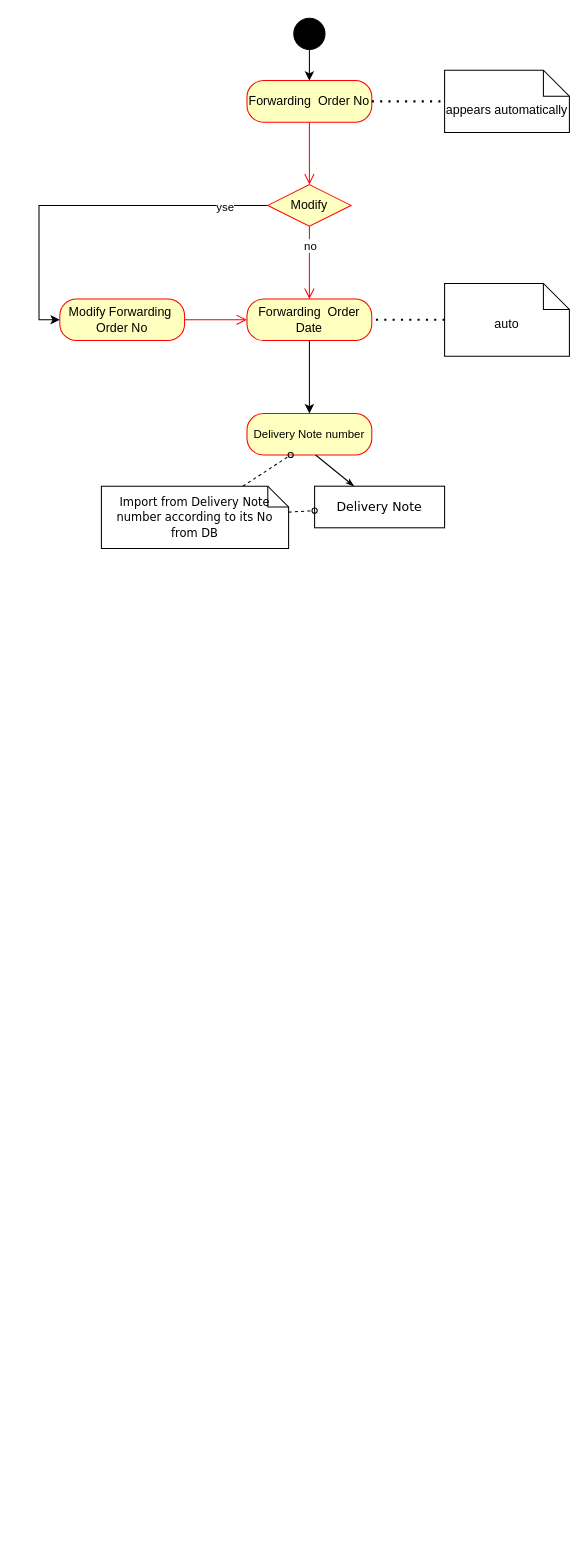
amrawni33/Transfer keeps this draw.io diagram as Forwarding Order.drawio. Above is the earlier version. Source tidied: cells renumbered, new cells numbered last; positions are measured from the earlier drawing's top-left corner, leaving out a move shared by most shapes. Both pictures are drawn from the tidied source at 104%, with x=0, y=0 at pixel (59, 18).
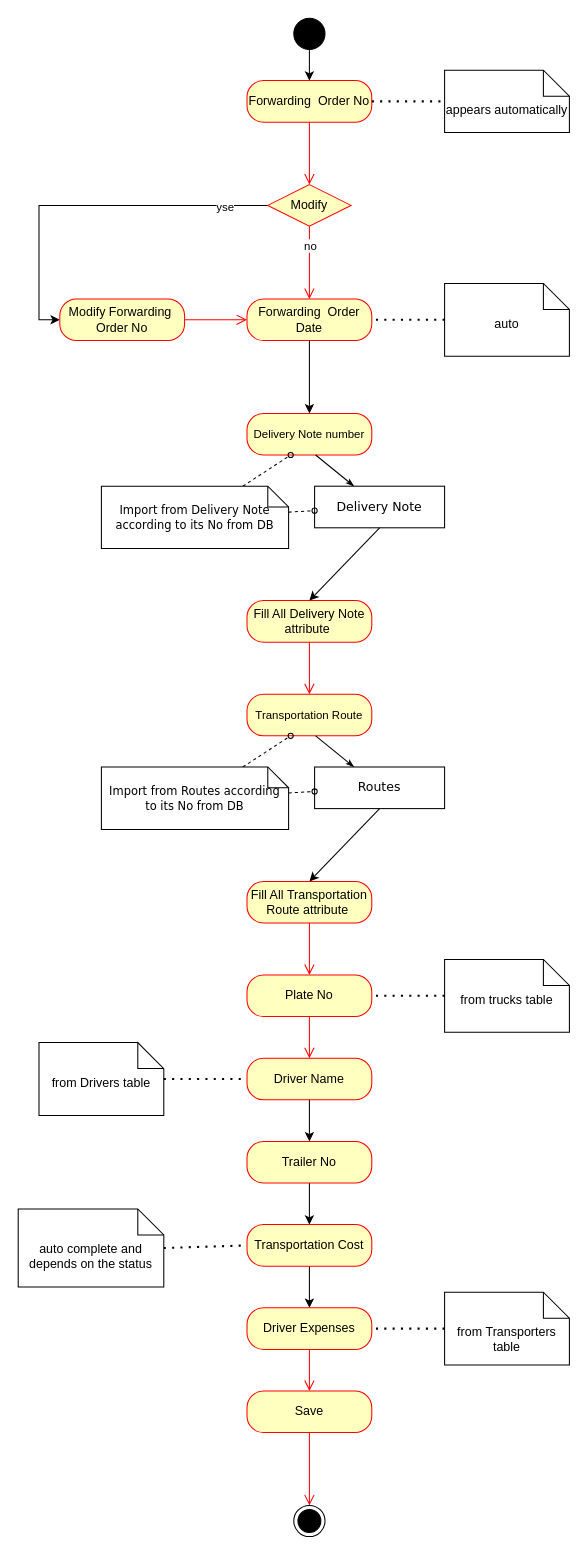
Above is the later version.

The change refers to these unchanged cells:
```xml
<mxCell id="20" value="Delivery Note" style="rounded=0;whiteSpace=wrap;html=1;shadow=0;comic=0;labelBackgroundColor=none;strokeWidth=1;fontFamily=Verdana;fontSize=12;align=center;arcSize=50;" parent="1" vertex="1">
  <mxGeometry x="245" y="450" width="125" height="40" as="geometry" />
</mxCell>
```

The edit, as a diff of the source:
```diff
@@
-    <mxCell id="23" value="&lt;font style=&quot;font-size: 11px;&quot;&gt;Import from Delivery Note number according to its No from DB&lt;/font&gt;" style="shape=note;whiteSpace=wrap;html=1;rounded=0;shadow=0;comic=0;labelBackgroundColor=none;strokeWidth=1;fontFamily=Verdana;fontSize=12;align=center;size=20;" parent="1" vertex="1">
+    <mxCell id="23" value="&lt;font style=&quot;font-size: 11px;&quot;&gt;Import from Delivery Note according to its No from DB&lt;/font&gt;" style="shape=note;whiteSpace=wrap;html=1;rounded=0;shadow=0;comic=0;labelBackgroundColor=none;strokeWidth=1;fontFamily=Verdana;fontSize=12;align=center;size=20;" parent="1" vertex="1">
       <mxGeometry x="40" y="450" width="180" height="60" as="geometry" />
     </mxCell>
@@
+    <mxCell id="25" value="Fill All&amp;nbsp;Delivery Note attribute&amp;nbsp;" style="rounded=1;whiteSpace=wrap;html=1;arcSize=40;fontColor=#000000;fillColor=#ffffc0;strokeColor=#ff0000;" parent="1" vertex="1">
+      <mxGeometry x="180" y="560" width="120" height="40" as="geometry" />
+    </mxCell>
+    <mxCell id="26" style="edgeStyle=orthogonalEdgeStyle;html=1;verticalAlign=bottom;endArrow=open;endSize=8;strokeColor=#ff0000;rounded=0;entryX=0.5;entryY=0;entryDx=0;entryDy=0;" parent="1" edge="1" source="25" target="28">
+      <mxGeometry relative="1" as="geometry" />
+    </mxCell>
+    <mxCell id="27" style="endArrow=classic;html=1;rounded=0;exitX=0.5;exitY=1;exitDx=0;exitDy=0;entryX=0.5;entryY=0;entryDx=0;entryDy=0;" parent="1" edge="1" source="20" target="25">
+      <mxGeometry relative="1" as="geometry" />
+    </mxCell>
+    <mxCell id="28" value="&lt;font style=&quot;font-size: 11px;&quot;&gt;Transportation Route&lt;/font&gt;" style="rounded=1;whiteSpace=wrap;html=1;arcSize=40;fontColor=#000000;fillColor=#ffffc0;strokeColor=#ff0000;" parent="1" vertex="1">
+      <mxGeometry x="180" y="650" width="120" height="40" as="geometry" />
+    </mxCell>
+    <mxCell id="29" style="edgeStyle=none;rounded=0;html=1;labelBackgroundColor=none;startArrow=none;startFill=0;startSize=5;endArrow=classicThin;endFill=1;endSize=5;jettySize=auto;strokeWidth=1;fontFamily=Verdana;fontSize=12;" parent="1" edge="1" target="30">
+      <mxGeometry relative="1" as="geometry">
+        <mxPoint x="246" y="690" as="sourcePoint" />
+      </mxGeometry>
+    </mxCell>
+    <mxCell id="30" value="Routes" style="rounded=0;whiteSpace=wrap;html=1;shadow=0;comic=0;labelBackgroundColor=none;strokeWidth=1;fontFamily=Verdana;fontSize=12;align=center;arcSize=50;" parent="1" vertex="1">
+      <mxGeometry x="245" y="720" width="125" height="40" as="geometry" />
+    </mxCell>
+    <mxCell id="31" style="edgeStyle=none;rounded=0;html=1;dashed=1;labelBackgroundColor=none;startArrow=none;startFill=0;startSize=5;endArrow=oval;endFill=0;endSize=5;jettySize=auto;strokeWidth=1;fontFamily=Verdana;fontSize=12;" parent="1" edge="1" source="33">
+      <mxGeometry relative="1" as="geometry">
+        <mxPoint x="222" y="690" as="targetPoint" />
+      </mxGeometry>
+    </mxCell>
+    <mxCell id="32" style="edgeStyle=none;rounded=0;html=1;dashed=1;labelBackgroundColor=none;startArrow=none;startFill=0;startSize=5;endArrow=oval;endFill=0;endSize=5;jettySize=auto;strokeWidth=1;fontFamily=Verdana;fontSize=12;" parent="1" edge="1" source="33" target="30">
+      <mxGeometry relative="1" as="geometry" />
+    </mxCell>
+    <mxCell id="33" value="&lt;font style=&quot;font-size: 11px;&quot;&gt;Import from Routes according to its No from DB&lt;/font&gt;" style="shape=note;whiteSpace=wrap;html=1;rounded=0;shadow=0;comic=0;labelBackgroundColor=none;strokeWidth=1;fontFamily=Verdana;fontSize=12;align=center;size=20;" parent="1" vertex="1">
+      <mxGeometry x="40" y="720" width="180" height="60" as="geometry" />
+    </mxCell>
+    <mxCell id="34" value="Fill All&amp;nbsp;Transportation Route attribute&amp;nbsp;" style="rounded=1;whiteSpace=wrap;html=1;arcSize=40;fontColor=#000000;fillColor=#ffffc0;strokeColor=#ff0000;" parent="1" vertex="1">
+      <mxGeometry x="180" y="830" width="120" height="40" as="geometry" />
+    </mxCell>
+    <mxCell id="35" style="edgeStyle=orthogonalEdgeStyle;html=1;verticalAlign=bottom;endArrow=open;endSize=8;strokeColor=#ff0000;rounded=0;entryX=0.5;entryY=0;entryDx=0;entryDy=0;" parent="1" edge="1" source="34" target="37">
+      <mxGeometry relative="1" as="geometry" />
+    </mxCell>
+    <mxCell id="36" style="endArrow=classic;html=1;rounded=0;exitX=0.5;exitY=1;exitDx=0;exitDy=0;entryX=0.5;entryY=0;entryDx=0;entryDy=0;" parent="1" edge="1" source="30" target="34">
+      <mxGeometry relative="1" as="geometry" />
+    </mxCell>
+    <mxCell id="37" value="Plate No" style="rounded=1;whiteSpace=wrap;html=1;arcSize=40;fontColor=#000000;fillColor=#ffffc0;strokeColor=#ff0000;" parent="1" vertex="1">
+      <mxGeometry x="180" y="920" width="120" height="40" as="geometry" />
+    </mxCell>
+    <mxCell id="38" style="edgeStyle=orthogonalEdgeStyle;html=1;verticalAlign=bottom;endArrow=open;endSize=8;strokeColor=#ff0000;rounded=0;" parent="1" edge="1" source="37" target="40">
+      <mxGeometry relative="1" as="geometry" />
+    </mxCell>
+    <mxCell id="39" style="edgeStyle=orthogonalEdgeStyle;rounded=0;jettySize=auto;html=1;" parent="1" edge="1" source="40" target="42">
+      <mxGeometry relative="1" as="geometry" />
+    </mxCell>
+    <mxCell id="40" value="Driver Name" style="rounded=1;whiteSpace=wrap;html=1;arcSize=40;fontColor=#000000;fillColor=#ffffc0;strokeColor=#ff0000;" parent="1" vertex="1">
+      <mxGeometry x="180" y="1000" width="120" height="40" as="geometry" />
+    </mxCell>
+    <mxCell id="41" style="edgeStyle=orthogonalEdgeStyle;rounded=0;jettySize=auto;html=1;" parent="1" edge="1" source="42" target="44">
+      <mxGeometry relative="1" as="geometry" />
+    </mxCell>
+    <mxCell id="42" value="Trailer No" style="rounded=1;whiteSpace=wrap;html=1;arcSize=40;fontColor=#000000;fillColor=#ffffc0;strokeColor=#ff0000;" parent="1" vertex="1">
+      <mxGeometry x="180" y="1080" width="120" height="40" as="geometry" />
+    </mxCell>
+    <mxCell id="43" style="edgeStyle=orthogonalEdgeStyle;rounded=0;jettySize=auto;html=1;" parent="1" edge="1" source="44" target="53">
+      <mxGeometry relative="1" as="geometry" />
+    </mxCell>
+    <mxCell id="44" value="Transportation Cost" style="rounded=1;whiteSpace=wrap;html=1;arcSize=40;fontColor=#000000;fillColor=#ffffc0;strokeColor=#ff0000;" parent="1" vertex="1">
+      <mxGeometry x="180" y="1160" width="120" height="40" as="geometry" />
+    </mxCell>
+    <mxCell id="45" value="from Drivers table" style="shape=note2;boundedLbl=1;whiteSpace=wrap;html=1;size=25;verticalAlign=top;align=center;" parent="1" vertex="1">
+      <mxGeometry x="-20" y="985" width="120" height="70" as="geometry" />
+    </mxCell>
+    <mxCell id="46" style="endArrow=none;dashed=1;html=1;dashPattern=1 3;strokeWidth=2;rounded=0;entryX=0;entryY=0.5;entryDx=0;entryDy=0;exitX=1;exitY=0.5;exitDx=0;exitDy=0;exitPerimeter=0;" parent="1" edge="1" source="45" target="40">
+      <mxGeometry relative="1" as="geometry" />
+    </mxCell>
+    <mxCell id="47" value="from&amp;nbsp;Transporters table" style="shape=note2;boundedLbl=1;whiteSpace=wrap;html=1;size=25;verticalAlign=top;align=center;" parent="1" vertex="1">
+      <mxGeometry x="370" y="1225" width="120" height="70" as="geometry" />
+    </mxCell>
+    <mxCell id="48" style="endArrow=none;dashed=1;html=1;dashPattern=1 3;strokeWidth=2;rounded=0;entryX=1;entryY=0.5;entryDx=0;entryDy=0;exitX=0;exitY=0.5;exitDx=0;exitDy=0;exitPerimeter=0;" parent="1" edge="1" source="47">
+      <mxGeometry relative="1" as="geometry">
+        <mxPoint x="300" y="1260" as="targetPoint" />
+      </mxGeometry>
+    </mxCell>
+    <mxCell id="49" value="from trucks table" style="shape=note2;boundedLbl=1;whiteSpace=wrap;html=1;size=25;verticalAlign=top;align=center;" parent="1" vertex="1">
+      <mxGeometry x="370" y="905" width="120" height="70" as="geometry" />
+    </mxCell>
+    <mxCell id="50" style="endArrow=none;dashed=1;html=1;dashPattern=1 3;strokeWidth=2;rounded=0;entryX=1;entryY=0.5;entryDx=0;entryDy=0;exitX=0;exitY=0.5;exitDx=0;exitDy=0;exitPerimeter=0;" parent="1" edge="1" source="49">
+      <mxGeometry relative="1" as="geometry">
+        <mxPoint x="300" y="940" as="targetPoint" />
+      </mxGeometry>
+    </mxCell>
+    <mxCell id="51" value="auto complete and depends on the status" style="shape=note2;boundedLbl=1;whiteSpace=wrap;html=1;size=25;verticalAlign=top;align=center;" parent="1" vertex="1">
+      <mxGeometry x="-40" y="1145" width="140" height="75" as="geometry" />
+    </mxCell>
+    <mxCell id="52" style="endArrow=none;dashed=1;html=1;dashPattern=1 3;strokeWidth=2;rounded=0;entryX=0;entryY=0.5;entryDx=0;entryDy=0;exitX=1;exitY=0.5;exitDx=0;exitDy=0;exitPerimeter=0;" parent="1" edge="1" source="51">
+      <mxGeometry relative="1" as="geometry">
+        <mxPoint x="180" y="1180" as="targetPoint" />
+      </mxGeometry>
+    </mxCell>
+    <mxCell id="53" value="Driver Expenses" style="rounded=1;whiteSpace=wrap;html=1;arcSize=40;fontColor=#000000;fillColor=#ffffc0;strokeColor=#ff0000;" parent="1" vertex="1">
+      <mxGeometry x="180" y="1240" width="120" height="40" as="geometry" />
+    </mxCell>
+    <mxCell id="54" style="edgeStyle=orthogonalEdgeStyle;html=1;verticalAlign=bottom;endArrow=open;endSize=8;strokeColor=#ff0000;rounded=0;entryX=0.5;entryY=0;entryDx=0;entryDy=0;" parent="1" edge="1" source="53" target="55">
+      <mxGeometry relative="1" as="geometry" />
+    </mxCell>
+    <mxCell id="55" value="Save" style="rounded=1;whiteSpace=wrap;html=1;arcSize=40;fontColor=#000000;fillColor=#ffffc0;strokeColor=#ff0000;" parent="1" vertex="1">
+      <mxGeometry x="180" y="1320" width="120" height="40" as="geometry" />
+    </mxCell>
+    <mxCell id="56" style="edgeStyle=orthogonalEdgeStyle;html=1;verticalAlign=bottom;endArrow=open;endSize=8;strokeColor=#ff0000;rounded=0;entryX=0.5;entryY=0;entryDx=0;entryDy=0;" parent="1" edge="1" source="55" target="57">
+      <mxGeometry relative="1" as="geometry" />
+    </mxCell>
+    <mxCell id="57" style="ellipse;html=1;shape=endState;fillColor=strokeColor;" parent="1" vertex="1">
+      <mxGeometry x="225" y="1430" width="30" height="30" as="geometry" />
+    </mxCell>
```
